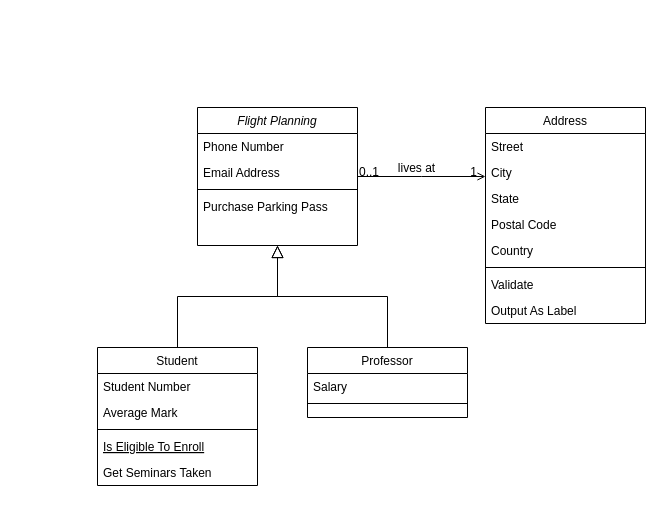
Above: Untitled Diagram.drawio in edgarg7/CSCI-360-Software-Development-Project (draw.io), before the change. Source tidied: cells renumbered, new cells numbered last; positions are measured from the earlier drawing's top-left corner, leaving out a move shared by most shapes. Both pictures are drawn from the tidied source at 100%, with x=0, y=0 at pixel (97, 107).
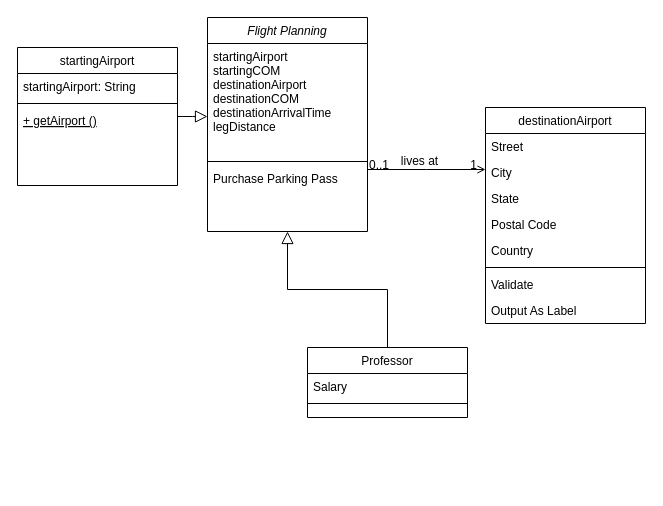
The same page after the edit.

Change to the diagram source:
```diff
@@
     <mxCell id="2" value="Flight Planning" style="swimlane;fontStyle=2;align=center;verticalAlign=top;horizontal=1;startSize=26;rounded=0;shadow=0;strokeWidth=1;" parent="1" vertex="1">
-      <mxGeometry x="100" width="160" height="138" as="geometry" />
+      <mxGeometry x="110" y="-90" width="160" height="214" as="geometry" />
     </mxCell>
-    <mxCell id="3" value="Phone Number" style="text;align=left;verticalAlign=top;spacingLeft=4;spacingRight=4;overflow=hidden;rounded=0;shadow=0;html=0;" parent="2" vertex="1">
-      <mxGeometry y="26" width="160" height="26" as="geometry" />
+    <mxCell id="3" value="startingAirport&#10;startingCOM&#10;destinationAirport&#10;destinationCOM&#10;destinationArrivalTime&#10;legDistance&#10;" style="text;align=left;verticalAlign=top;spacingLeft=4;spacingRight=4;overflow=hidden;rounded=0;shadow=0;html=0;" parent="2" vertex="1">
+      <mxGeometry y="26" width="160" height="114" as="geometry" />
     </mxCell>
-    <mxCell id="4" value="Email Address" style="text;align=left;verticalAlign=top;spacingLeft=4;spacingRight=4;overflow=hidden;rounded=0;shadow=0;html=0;" parent="2" vertex="1">
-      <mxGeometry y="52" width="160" height="26" as="geometry" />
-    </mxCell>
     <mxCell id="5" style="line;html=1;strokeWidth=1;align=left;verticalAlign=middle;spacingTop=-1;spacingLeft=3;spacingRight=3;labelPosition=right;" parent="2" vertex="1">
-      <mxGeometry y="78" width="160" height="8" as="geometry" />
+      <mxGeometry y="140" width="160" height="8" as="geometry" />
     </mxCell>
     <mxCell id="6" value="Purchase Parking Pass" style="text;align=left;verticalAlign=top;spacingLeft=4;spacingRight=4;overflow=hidden;" parent="2" vertex="1">
-      <mxGeometry y="86" width="160" height="26" as="geometry" />
+      <mxGeometry y="148" width="160" height="26" as="geometry" />
     </mxCell>
-    <mxCell id="7" value="Student" style="swimlane;fontStyle=0;align=center;verticalAlign=top;horizontal=1;startSize=26;rounded=0;shadow=0;strokeWidth=1;" parent="1" vertex="1">
-      <mxGeometry y="240" width="160" height="138" as="geometry" />
+    <mxCell id="7" value="startingAirport" style="swimlane;fontStyle=0;align=center;verticalAlign=top;horizontal=1;startSize=26;rounded=0;shadow=0;strokeWidth=1;" parent="1" vertex="1">
+      <mxGeometry x="-80" y="-60" width="160" height="138" as="geometry" />
     </mxCell>
-    <mxCell id="8" value="Student Number" style="text;align=left;verticalAlign=top;spacingLeft=4;spacingRight=4;overflow=hidden;" parent="7" vertex="1">
+    <mxCell id="8" value="startingAirport: String" style="text;align=left;verticalAlign=top;spacingLeft=4;spacingRight=4;overflow=hidden;" parent="7" vertex="1">
       <mxGeometry y="26" width="160" height="26" as="geometry" />
     </mxCell>
-    <mxCell id="9" value="Average Mark" style="text;align=left;verticalAlign=top;spacingLeft=4;spacingRight=4;overflow=hidden;rounded=0;shadow=0;html=0;" parent="7" vertex="1">
-      <mxGeometry y="52" width="160" height="26" as="geometry" />
-    </mxCell>
     <mxCell id="10" style="line;html=1;strokeWidth=1;align=left;verticalAlign=middle;spacingTop=-1;spacingLeft=3;spacingRight=3;labelPosition=right;" parent="7" vertex="1">
-      <mxGeometry y="78" width="160" height="8" as="geometry" />
+      <mxGeometry y="52" width="160" height="8" as="geometry" />
     </mxCell>
-    <mxCell id="11" value="Is Eligible To Enroll" style="text;align=left;verticalAlign=top;spacingLeft=4;spacingRight=4;overflow=hidden;fontStyle=4;" parent="7" vertex="1">
-      <mxGeometry y="86" width="160" height="26" as="geometry" />
+    <mxCell id="11" value="+ getAirport ()" style="text;align=left;verticalAlign=top;spacingLeft=4;spacingRight=4;overflow=hidden;fontStyle=4;" parent="7" vertex="1">
+      <mxGeometry y="60" width="160" height="26" as="geometry" />
     </mxCell>
-    <mxCell id="12" value="Get Seminars Taken" style="text;align=left;verticalAlign=top;spacingLeft=4;spacingRight=4;overflow=hidden;" parent="7" vertex="1">
-      <mxGeometry y="112" width="160" height="26" as="geometry" />
-    </mxCell>
@@
-    <mxCell id="18" value="Address" style="swimlane;fontStyle=0;align=center;verticalAlign=top;horizontal=1;startSize=26;rounded=0;shadow=0;strokeWidth=1;" parent="1" vertex="1">
+    <mxCell id="18" value="destinationAirport" style="swimlane;fontStyle=0;align=center;verticalAlign=top;horizontal=1;startSize=26;rounded=0;shadow=0;strokeWidth=1;" parent="1" vertex="1">
       <mxGeometry x="388" width="160" height="216" as="geometry" />
     </mxCell>
```
